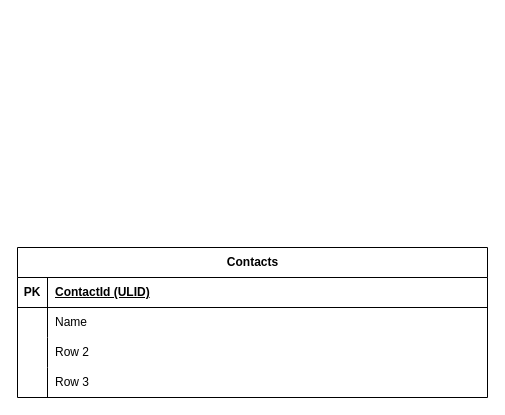
Earlier version of the draw.io diagram simple-address-book-sql.drawio (0xThurling/diagrams). Source tidied: cells renumbered, new cells numbered last; positions are measured from the earlier drawing's top-left corner, leaving out a move shared by most shapes. Both pictures are drawn from the tidied source at 100%, with x=0, y=0 at pixel (17, 247).
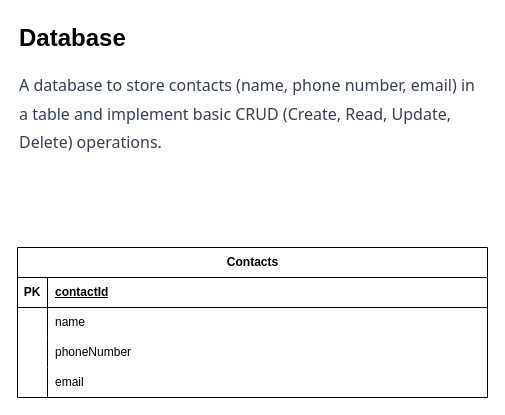
Above is the later version.

The edit, as a diff of the source:
```diff
@@
 <mxGraphModel>
   <root>
     <mxCell id="0" />
     <mxCell id="1" parent="0" />
     <mxCell id="2" value="Contacts" style="shape=table;startSize=30;childLayout=tableLayout;rowLines=0;fontStyle=1;align=center;html=1;" parent="1" vertex="1">
       <mxGeometry width="470" height="150" as="geometry" />
     </mxCell>
     <mxCell id="3" style="shape=tableRow;horizontal=0;startSize=0;swimlaneHead=0;swimlaneBody=0;fillColor=none;top=0;left=0;right=0;bottom=1;" parent="2" vertex="1">
       <mxGeometry y="30" width="470" height="30" as="geometry" />
     </mxCell>
     <mxCell id="4" value="PK" style="shape=partialRectangle;fillColor=none;top=0;left=0;bottom=0;right=0;fontStyle=1;overflow=hidden;whiteSpace=wrap;html=1;" parent="3" vertex="1">
       <mxGeometry width="30" height="30" as="geometry" />
     </mxCell>
-    <mxCell id="5" value="ContactId (ULID)" style="shape=partialRectangle;fillColor=none;top=0;left=0;bottom=0;right=0;align=left;spacingLeft=6;fontStyle=5;overflow=hidden;whiteSpace=wrap;html=1;" parent="3" vertex="1">
+    <mxCell id="5" value="contactId" style="shape=partialRectangle;fillColor=none;top=0;left=0;bottom=0;right=0;align=left;spacingLeft=6;fontStyle=5;overflow=hidden;whiteSpace=wrap;html=1;" parent="3" vertex="1">
       <mxGeometry x="30" width="440" height="30" as="geometry" />
     </mxCell>
     <mxCell id="6" style="shape=tableRow;horizontal=0;startSize=0;swimlaneHead=0;swimlaneBody=0;fillColor=none;top=0;left=0;right=0;bottom=0;" parent="2" vertex="1">
       <mxGeometry y="60" width="470" height="30" as="geometry" />
     </mxCell>
     <mxCell id="7" style="shape=partialRectangle;fillColor=none;top=0;left=0;bottom=0;right=0;overflow=hidden;whiteSpace=wrap;html=1;" parent="6" vertex="1">
       <mxGeometry width="30" height="30" as="geometry" />
     </mxCell>
-    <mxCell id="8" value="Name" style="shape=partialRectangle;fillColor=none;top=0;left=0;bottom=0;right=0;align=left;spacingLeft=6;overflow=hidden;whiteSpace=wrap;html=1;" parent="6" vertex="1">
+    <mxCell id="8" value="name" style="shape=partialRectangle;fillColor=none;top=0;left=0;bottom=0;right=0;align=left;spacingLeft=6;overflow=hidden;whiteSpace=wrap;html=1;" parent="6" vertex="1">
       <mxGeometry x="30" width="440" height="30" as="geometry" />
     </mxCell>
     <mxCell id="9" style="shape=tableRow;horizontal=0;startSize=0;swimlaneHead=0;swimlaneBody=0;fillColor=none;top=0;left=0;right=0;bottom=0;" parent="2" vertex="1">
       <mxGeometry y="90" width="470" height="30" as="geometry" />
     </mxCell>
     <mxCell id="10" style="shape=partialRectangle;fillColor=none;top=0;left=0;bottom=0;right=0;overflow=hidden;whiteSpace=wrap;html=1;" parent="9" vertex="1">
       <mxGeometry width="30" height="30" as="geometry" />
     </mxCell>
-    <mxCell id="11" value="Row 2" style="shape=partialRectangle;fillColor=none;top=0;left=0;bottom=0;right=0;align=left;spacingLeft=6;overflow=hidden;whiteSpace=wrap;html=1;" parent="9" vertex="1">
+    <mxCell id="11" value="phoneNumber" style="shape=partialRectangle;fillColor=none;top=0;left=0;bottom=0;right=0;align=left;spacingLeft=6;overflow=hidden;whiteSpace=wrap;html=1;" parent="9" vertex="1">
       <mxGeometry x="30" width="440" height="30" as="geometry" />
     </mxCell>
     <mxCell id="12" style="shape=tableRow;horizontal=0;startSize=0;swimlaneHead=0;swimlaneBody=0;fillColor=none;top=0;left=0;right=0;bottom=0;" parent="2" vertex="1">
       <mxGeometry y="120" width="470" height="30" as="geometry" />
     </mxCell>
     <mxCell id="13" style="shape=partialRectangle;fillColor=none;top=0;left=0;bottom=0;right=0;overflow=hidden;whiteSpace=wrap;html=1;" parent="12" vertex="1">
       <mxGeometry width="30" height="30" as="geometry" />
     </mxCell>
-    <mxCell id="14" value="Row 3" style="shape=partialRectangle;fillColor=none;top=0;left=0;bottom=0;right=0;align=left;spacingLeft=6;overflow=hidden;whiteSpace=wrap;html=1;" parent="12" vertex="1">
+    <mxCell id="14" value="email" style="shape=partialRectangle;fillColor=none;top=0;left=0;bottom=0;right=0;align=left;spacingLeft=6;overflow=hidden;whiteSpace=wrap;html=1;" parent="12" vertex="1">
       <mxGeometry x="30" width="440" height="30" as="geometry" />
     </mxCell>
+    <mxCell id="15" value="&lt;h1 style=&quot;margin-top: 0px;&quot;&gt;Database&lt;/h1&gt;&lt;h1 style=&quot;margin-top: 0px;&quot;&gt;&lt;span style=&quot;font-size: 16px; font-weight: 400; caret-color: rgb(55, 65, 81); color: rgb(55, 65, 81); font-family: ui-sans-serif, system-ui, sans-serif, &amp;quot;Apple Color Emoji&amp;quot;, &amp;quot;Segoe UI Emoji&amp;quot;, &amp;quot;Segoe UI Symbol&amp;quot;, &amp;quot;Noto Color Emoji&amp;quot;; background-color: rgb(255, 255, 255);&quot;&gt;A database to store contacts (name, phone number, email) in a table and implement basic CRUD (Create, Read, Update, Delete) operations.&lt;/span&gt;&lt;br&gt;&lt;/h1&gt;" style="text;html=1;whiteSpace=wrap;overflow=hidden;rounded=0;" parent="1" vertex="1">
+      <mxGeometry y="-230" width="470" height="150" as="geometry" />
+    </mxCell>
   </root>
 </mxGraphModel>
```
